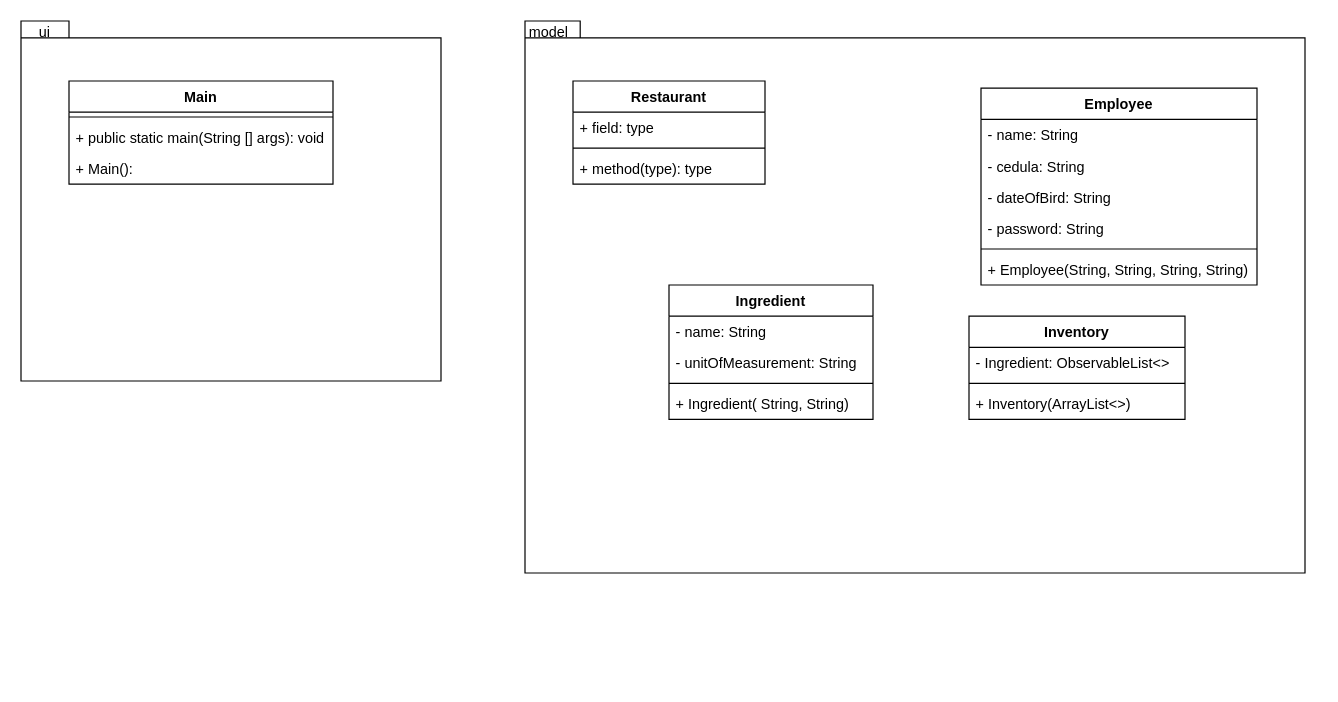
Earlier version of the draw.io diagram docs/classDiagram.drawio (Alexander940/firstIntegrativeTask). Source tidied: cells renumbered, new cells numbered last; positions are measured from the earlier drawing's top-left corner, leaving out a move shared by most shapes. Both pictures are drawn from the tidied source at 120%, with x=0, y=0 at pixel (20, 20).
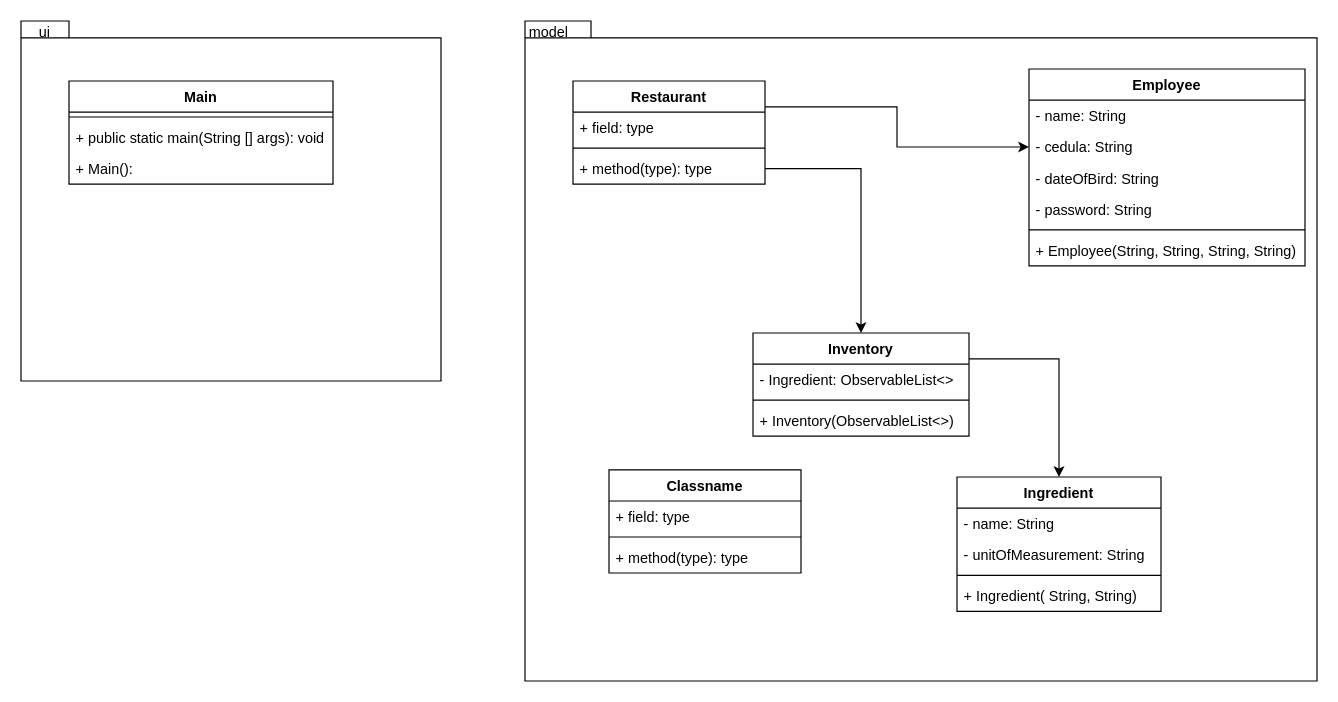
Above is the later version.

The change refers to these unchanged cells:
```xml
<mxCell id="10" value="Restaurant" style="swimlane;fontStyle=1;align=center;verticalAlign=top;horizontal=1;startSize=26;" parent="1" vertex="1">
  <mxGeometry x="460" y="50" width="160" height="86" as="geometry" />
</mxCell>
<mxCell id="13" value="+ method(type): type" style="text;strokeColor=none;fillColor=none;align=left;verticalAlign=top;spacingLeft=4;spacingRight=4;overflow=hidden;points=[[0,0.5],[1,0.5]];portConstraint=eastwest;" parent="10" vertex="1">
  <mxGeometry y="60" width="160" height="26" as="geometry" />
</mxCell>
<mxCell id="16" value="- cedula: String" style="text;strokeColor=none;fillColor=none;align=left;verticalAlign=top;spacingLeft=4;spacingRight=4;overflow=hidden;points=[[0,0.5],[1,0.5]];portConstraint=eastwest;" parent="14" vertex="1">
  <mxGeometry y="52" width="230" height="26" as="geometry" />
</mxCell>
```

Change to the diagram source:
```diff
@@
     <mxCell id="3" style="shape=folder;fontStyle=1;spacingTop=10;tabWidth=40;tabHeight=14;tabPosition=left;html=1;" parent="1" vertex="1">
-      <mxGeometry x="420" width="650" height="460" as="geometry" />
+      <mxGeometry x="420" width="660" height="550" as="geometry" />
     </mxCell>
@@
+    <mxCell id="30" style="edgeStyle=orthogonalEdgeStyle;rounded=0;jettySize=auto;html=1;exitX=1;exitY=0.25;exitDx=0;exitDy=0;entryX=0;entryY=0.5;entryDx=0;entryDy=0;" parent="1" edge="1" source="10" target="16">
+      <mxGeometry relative="1" as="geometry" />
+    </mxCell>
@@
     <mxCell id="14" value="Employee" style="swimlane;fontStyle=1;align=center;verticalAlign=top;horizontal=1;startSize=26;" parent="1" vertex="1">
-      <mxGeometry x="800" y="56" width="230" height="164" as="geometry" />
+      <mxGeometry x="840" y="40" width="230" height="164" as="geometry" />
     </mxCell>
@@
     <mxCell id="21" value="Ingredient" style="swimlane;fontStyle=1;align=center;verticalAlign=top;horizontal=1;startSize=26;" parent="1" vertex="1">
-      <mxGeometry x="540" y="220" width="170" height="112" as="geometry" />
+      <mxGeometry x="780" y="380" width="170" height="112" as="geometry" />
     </mxCell>
@@
+    <mxCell id="31" style="edgeStyle=orthogonalEdgeStyle;rounded=0;jettySize=auto;html=1;exitX=1;exitY=0.25;exitDx=0;exitDy=0;entryX=0.5;entryY=0;entryDx=0;entryDy=0;" parent="1" edge="1" source="26" target="21">
+      <mxGeometry relative="1" as="geometry" />
+    </mxCell>
     <mxCell id="26" value="Inventory" style="swimlane;fontStyle=1;align=center;verticalAlign=top;horizontal=1;startSize=26;" parent="1" vertex="1">
-      <mxGeometry x="790" y="246" width="180" height="86" as="geometry" />
+      <mxGeometry x="610" y="260" width="180" height="86" as="geometry" />
     </mxCell>
@@
-    <mxCell id="29" value="+ Inventory(ArrayList&lt;&gt;)" style="text;strokeColor=none;fillColor=none;align=left;verticalAlign=top;spacingLeft=4;spacingRight=4;overflow=hidden;" parent="26" vertex="1">
+    <mxCell id="29" value="+ Inventory(ObservableList&lt;&gt;)" style="text;strokeColor=none;fillColor=none;align=left;verticalAlign=top;spacingLeft=4;spacingRight=4;overflow=hidden;" parent="26" vertex="1">
       <mxGeometry y="60" width="180" height="26" as="geometry" />
     </mxCell>
+    <mxCell id="32" style="edgeStyle=orthogonalEdgeStyle;rounded=0;jettySize=auto;html=1;exitX=1;exitY=0.5;exitDx=0;exitDy=0;entryX=0.5;entryY=0;entryDx=0;entryDy=0;" parent="1" edge="1" source="13" target="26">
+      <mxGeometry relative="1" as="geometry" />
+    </mxCell>
+    <mxCell id="33" value="Classname" style="swimlane;fontStyle=1;align=center;verticalAlign=top;horizontal=1;startSize=26;" parent="1" vertex="1">
+      <mxGeometry x="490" y="374" width="160" height="86" as="geometry" />
+    </mxCell>
+    <mxCell id="34" value="+ field: type" style="text;strokeColor=none;fillColor=none;align=left;verticalAlign=top;spacingLeft=4;spacingRight=4;overflow=hidden;" parent="33" vertex="1">
+      <mxGeometry y="26" width="160" height="26" as="geometry" />
+    </mxCell>
+    <mxCell id="35" style="line;strokeWidth=1;fillColor=none;align=left;verticalAlign=middle;spacingTop=-1;spacingLeft=3;spacingRight=3;labelPosition=right;" parent="33" vertex="1">
+      <mxGeometry y="52" width="160" height="8" as="geometry" />
+    </mxCell>
+    <mxCell id="36" value="+ method(type): type" style="text;strokeColor=none;fillColor=none;align=left;verticalAlign=top;spacingLeft=4;spacingRight=4;overflow=hidden;" parent="33" vertex="1">
+      <mxGeometry y="60" width="160" height="26" as="geometry" />
+    </mxCell>
```
